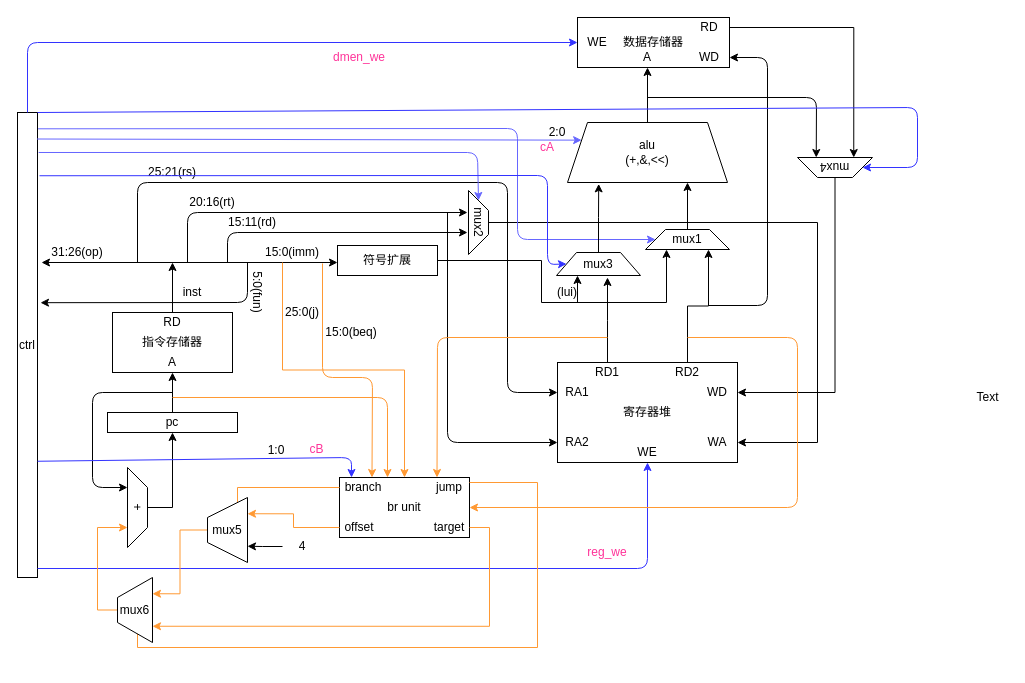
Earlier version of the draw.io diagram page "Page-2" (2 of 2) of 2.drawio (lzhenbit/Dictionary). Source tidied: cells renumbered, new cells numbered last; positions are measured from the earlier drawing's top-left corner, leaving out a move shared by most shapes. Both pictures are drawn from the tidied source at 100%, with x=0, y=0 at pixel (17, 17).
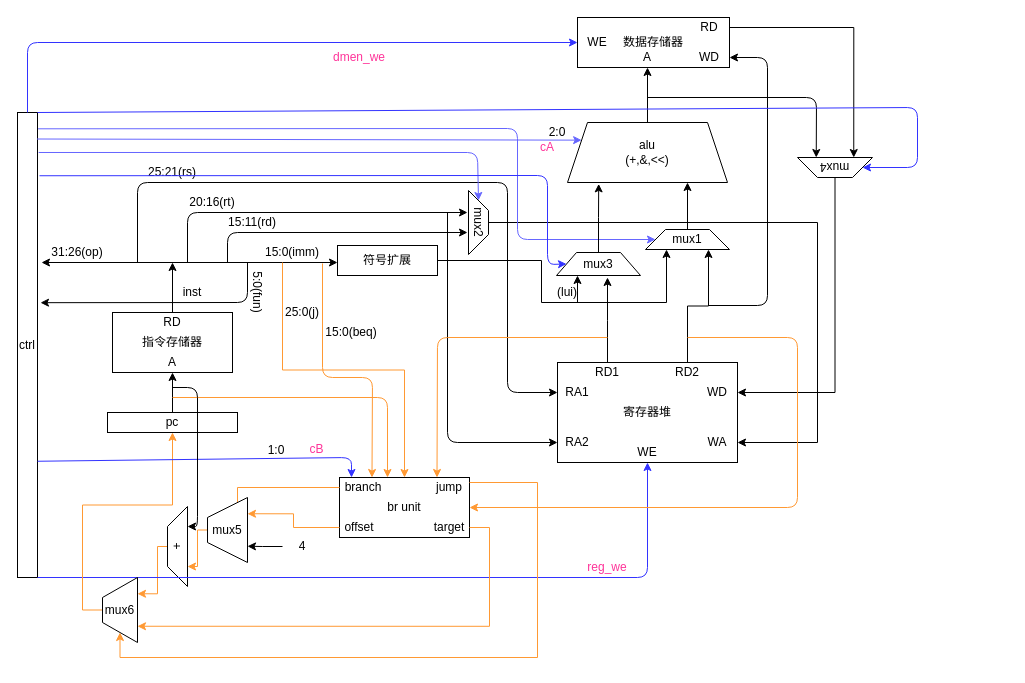
Above is the later version.

Unchanged cells that the change refers to:
```xml
<mxCell id="6" value="pc" style="rounded=0;whiteSpace=wrap;html=1;" parent="1" vertex="1">
  <mxGeometry x="90" y="395" width="130" height="20" as="geometry" />
</mxCell>
<mxCell id="24" value="WE" style="text;html=1;strokeColor=none;fillColor=none;align=center;verticalAlign=middle;whiteSpace=wrap;rounded=0;" parent="1" vertex="1">
  <mxGeometry x="610" y="425" width="40" height="20" as="geometry" />
</mxCell>
<mxCell id="78" value="mux5" style="shape=trapezoid;perimeter=trapezoidPerimeter;whiteSpace=wrap;html=1;fixedSize=1;direction=north;" parent="1" vertex="1">
  <mxGeometry x="190" y="480" width="40" height="65" as="geometry" />
</mxCell>
<mxCell id="83" value="jump" style="text;html=1;strokeColor=none;fillColor=none;align=center;verticalAlign=middle;whiteSpace=wrap;rounded=0;" parent="1" vertex="1">
  <mxGeometry x="412" y="460" width="40" height="20" as="geometry" />
</mxCell>
```

Diff of the diagram source:
```diff
@@
-    <mxCell id="3" style="edgeStyle=orthogonalEdgeStyle;rounded=0;jettySize=auto;html=1;exitX=0.5;exitY=0;exitDx=0;exitDy=0;entryX=0.5;entryY=1;entryDx=0;entryDy=0;" parent="1" edge="1" source="4" target="6">
-      <mxGeometry relative="1" as="geometry" />
-    </mxCell>
+    <mxCell id="94" style="edgeStyle=orthogonalEdgeStyle;rounded=0;jettySize=auto;html=1;exitX=0.5;exitY=0;exitDx=0;exitDy=0;entryX=0.75;entryY=1;entryDx=0;entryDy=0;strokeColor=#FF9933;" parent="1" edge="1" source="4" target="87">
+      <mxGeometry relative="1" as="geometry">
+        <Array as="points">
+          <mxPoint x="140" y="529" />
+          <mxPoint x="140" y="576" />
+        </Array>
+      </mxGeometry>
+    </mxCell>
-    <mxCell id="4" value="+" style="shape=trapezoid;perimeter=trapezoidPerimeter;whiteSpace=wrap;html=1;fixedSize=1;rotation=90;" parent="1" vertex="1">
-      <mxGeometry x="80" y="480" width="80" height="20" as="geometry" />
+    <mxCell id="4" value="+" style="shape=trapezoid;perimeter=trapezoidPerimeter;whiteSpace=wrap;html=1;fixedSize=1;rotation=-90;" parent="1" vertex="1">
+      <mxGeometry x="120" y="519" width="80" height="20" as="geometry" />
     </mxCell>
@@
-    <mxCell id="14" style="endArrow=classic;html=1;entryX=0.25;entryY=1;entryDx=0;entryDy=0;" parent="1" edge="1" target="4">
-      <mxGeometry relative="1" as="geometry">
-        <mxPoint x="155" y="375" as="sourcePoint" />
-        <Array as="points">
-          <mxPoint x="75" y="375" />
-          <mxPoint x="75" y="470" />
-        </Array>
-      </mxGeometry>
-    </mxCell>
@@
     <mxCell id="29" style="endArrow=classic;html=1;entryX=0.5;entryY=1;entryDx=0;entryDy=0;strokeColor=#3333FF;" parent="1" edge="1" target="24">
       <mxGeometry relative="1" as="geometry">
-        <mxPoint x="20" y="551" as="sourcePoint" />
+        <mxPoint x="20" y="560" as="sourcePoint" />
         <Array as="points">
-          <mxPoint x="630" y="551" />
+          <mxPoint x="630" y="560" />
         </Array>
       </mxGeometry>
     </mxCell>
@@
-    <mxCell id="39" value="Text" style="text;html=1;align=center;verticalAlign=middle;" parent="1" vertex="1">
-      <mxGeometry x="950" y="370" width="40" height="20" as="geometry" />
-    </mxCell>
@@
-    <mxCell id="77" style="edgeStyle=orthogonalEdgeStyle;rounded=0;jettySize=auto;html=1;exitX=0.5;exitY=0;exitDx=0;exitDy=0;entryX=0.75;entryY=1;entryDx=0;entryDy=0;strokeColor=#FF9933;fillColor=#7EA6E0;" parent="1" edge="1" source="78" target="87">
-      <mxGeometry relative="1" as="geometry" />
-    </mxCell>
+    <mxCell id="95" style="edgeStyle=orthogonalEdgeStyle;rounded=0;jettySize=auto;html=1;exitX=0.5;exitY=0;exitDx=0;exitDy=0;entryX=0.25;entryY=1;entryDx=0;entryDy=0;strokeColor=#FF9933;" parent="1" edge="1" source="78" target="4">
+      <mxGeometry relative="1" as="geometry">
+        <Array as="points">
+          <mxPoint x="180" y="513" />
+          <mxPoint x="180" y="549" />
+        </Array>
+      </mxGeometry>
+    </mxCell>
@@
     <mxCell id="82" style="edgeStyle=orthogonalEdgeStyle;rounded=0;jettySize=auto;html=1;exitX=1;exitY=0.25;exitDx=0;exitDy=0;strokeColor=#FF9933;fillColor=#7EA6E0;entryX=0;entryY=0.5;entryDx=0;entryDy=0;" parent="1" edge="1" source="83" target="87">
       <mxGeometry relative="1" as="geometry">
         <Array as="points">
           <mxPoint x="520" y="465" />
-          <mxPoint x="520" y="630" />
-          <mxPoint x="120" y="630" />
+          <mxPoint x="520" y="640" />
+          <mxPoint x="103" y="640" />
         </Array>
       </mxGeometry>
     </mxCell>
@@
-    <mxCell id="86" style="edgeStyle=orthogonalEdgeStyle;rounded=0;jettySize=auto;html=1;exitX=0.5;exitY=0;exitDx=0;exitDy=0;entryX=0.75;entryY=1;entryDx=0;entryDy=0;strokeColor=#FF9933;fillColor=#7EA6E0;" parent="1" edge="1" source="87" target="4">
-      <mxGeometry relative="1" as="geometry" />
-    </mxCell>
+    <mxCell id="96" style="edgeStyle=orthogonalEdgeStyle;rounded=0;jettySize=auto;html=1;exitX=0.5;exitY=0;exitDx=0;exitDy=0;entryX=0.5;entryY=1;entryDx=0;entryDy=0;strokeColor=#FF9933;" parent="1" edge="1" source="87" target="6">
+      <mxGeometry relative="1" as="geometry" />
+    </mxCell>
     <mxCell id="87" value="mux6" style="shape=trapezoid;perimeter=trapezoidPerimeter;whiteSpace=wrap;html=1;fixedSize=1;direction=north;" parent="1" vertex="1">
-      <mxGeometry x="100" y="560" width="35" height="65" as="geometry" />
+      <mxGeometry x="85" y="560" width="35" height="65" as="geometry" />
     </mxCell>
@@
     <mxCell id="93" value="&lt;font color=&quot;#ff3399&quot;&gt;reg_we&lt;/font&gt;" style="text;html=1;strokeColor=none;fillColor=none;align=center;verticalAlign=middle;whiteSpace=wrap;rounded=0;" parent="1" vertex="1">
-      <mxGeometry x="570" y="525" width="40" height="20" as="geometry" />
+      <mxGeometry x="570" y="540" width="40" height="20" as="geometry" />
     </mxCell>
+    <mxCell id="97" style="endArrow=classic;html=1;entryX=0.75;entryY=1;entryDx=0;entryDy=0;" parent="1" edge="1" target="4">
+      <mxGeometry relative="1" as="geometry">
+        <mxPoint x="155" y="370" as="sourcePoint" />
+        <Array as="points">
+          <mxPoint x="180" y="370" />
+          <mxPoint x="180" y="509" />
+        </Array>
+      </mxGeometry>
+    </mxCell>
```
